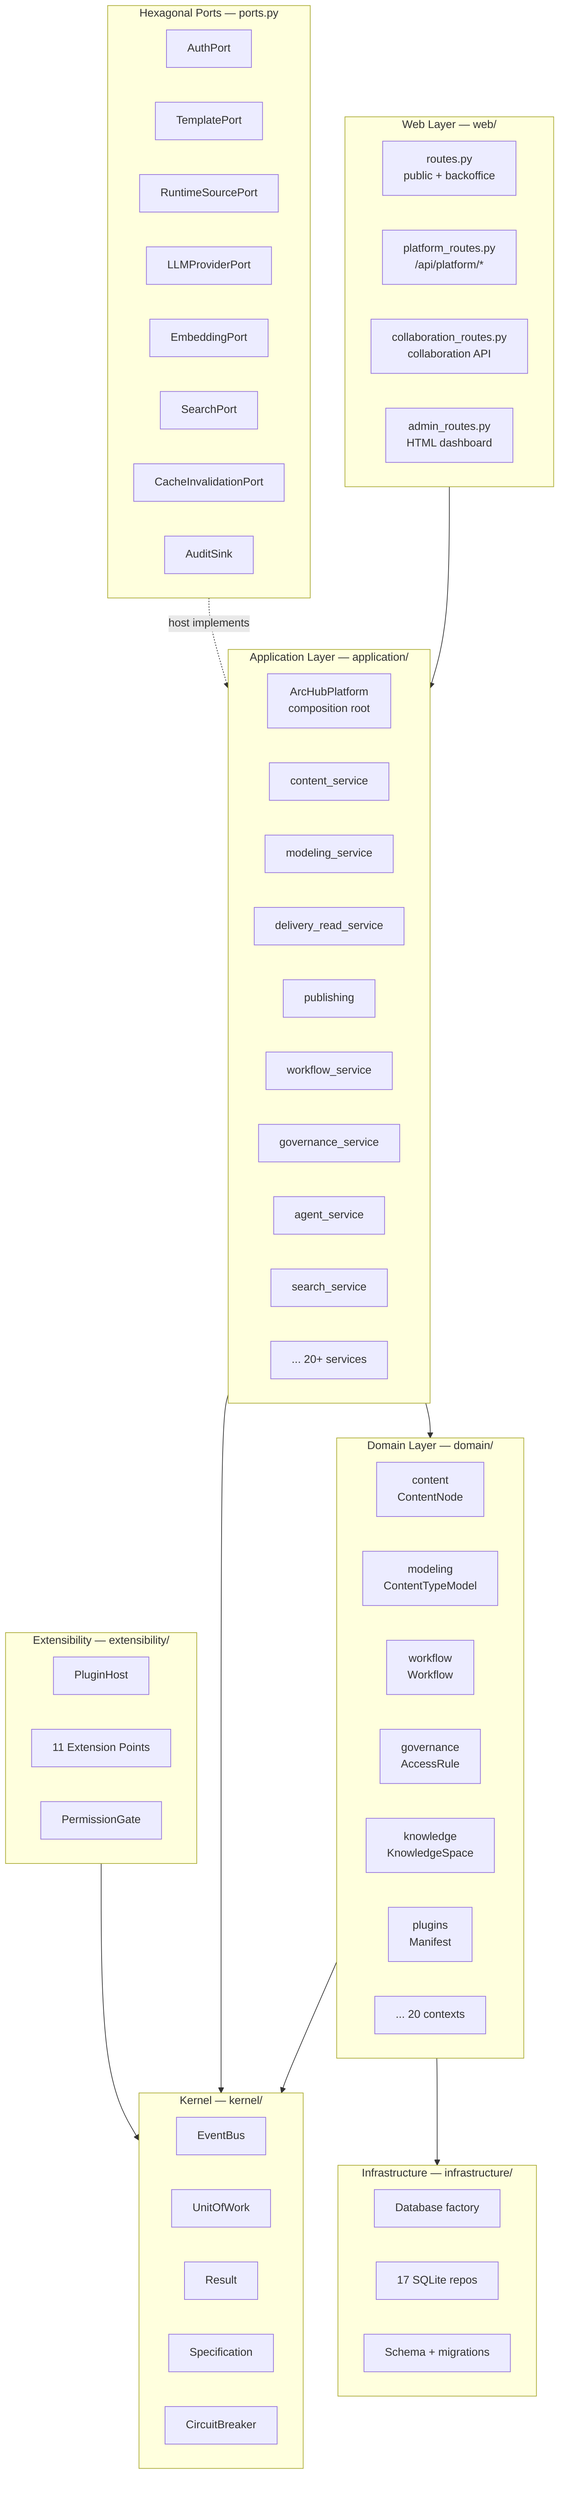
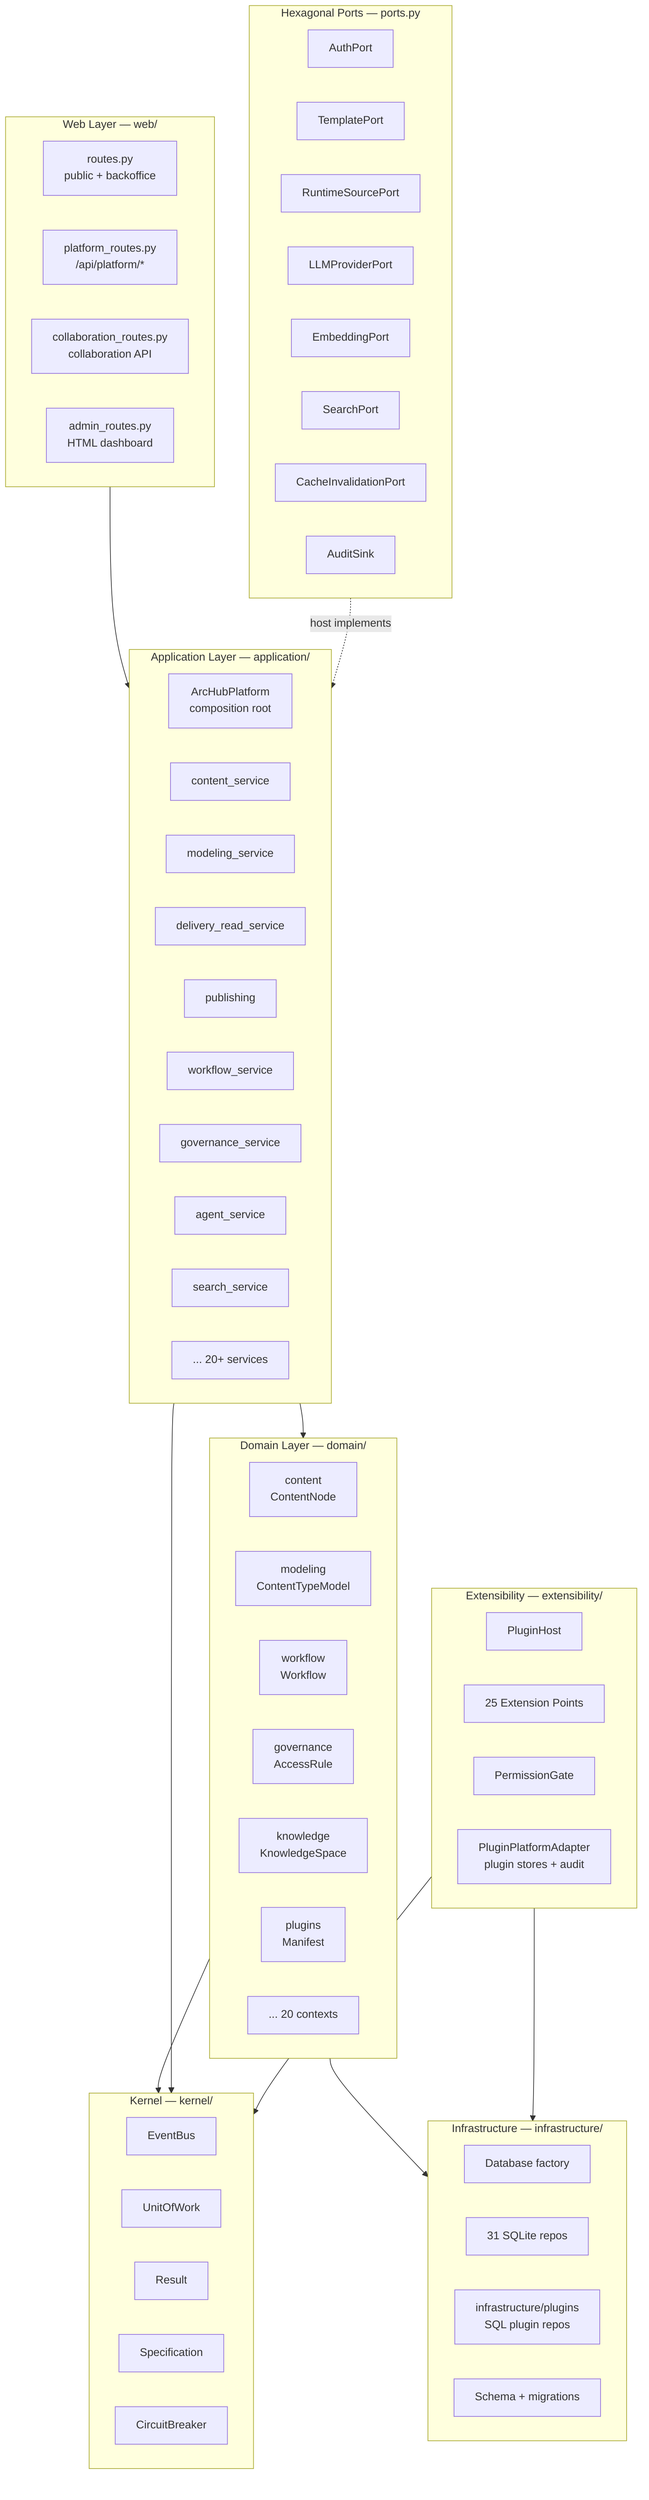
flowchart TB
    subgraph WebLayer["Web Layer — web/"]
        direction LR
        Routes[routes.py\npublic + backoffice]
        PlatformRoutes[platform_routes.py\n/api/platform/*]
        CollabRoutes[collaboration_routes.py\ncollaboration API]
        AdminRoutes[admin_routes.py\nHTML dashboard]
    end

    subgraph PortsLayer["Hexagonal Ports — ports.py"]
        direction LR
        AuthPort
        TemplatePort
        RuntimeSourcePort
        LLMProviderPort
        EmbeddingPort
        SearchPort
        CachePort[CacheInvalidationPort]
        AuditSink
    end

    subgraph AppLayer["Application Layer — application/"]
        direction LR
        Platform[ArcHubPlatform\ncomposition root]
        Svc1[content_service]
        Svc2[modeling_service]
        Svc3[delivery_read_service]
        Svc4[publishing]
        Svc5[workflow_service]
        Svc6[governance_service]
        Svc7[agent_service]
        Svc8[search_service]
        SvcDots[... 20+ services]
    end

    subgraph DomainLayer["Domain Layer — domain/"]
        direction LR
        ContentCtx[content\nContentNode]
        ModelCtx[modeling\nContentTypeModel]
        WorkCtx[workflow\nWorkflow]
        GovCtx[governance\nAccessRule]
        KnowCtx[knowledge\nKnowledgeSpace]
        PluginCtx[plugins\nManifest]
        DomainDots[... 20 contexts]
    end

    subgraph KernelLayer["Kernel — kernel/"]
        direction LR
        EventBus[EventBus]
        UoW[UnitOfWork]
        Result[Result]
        Spec[Specification]
        CB[CircuitBreaker]
    end

    subgraph ExtLayer["Extensibility — extensibility/"]
        direction LR
        PluginHost[PluginHost]
-         ExtPts[11 Extension Points]
+         ExtPts[25 Extension Points]
        PermGate[PermissionGate]
+         PlatformAdapter[PluginPlatformAdapter\nplugin stores + audit]
    end

    subgraph InfraLayer["Infrastructure — infrastructure/"]
        direction LR
        DB[Database factory]
-         Repos[17 SQLite repos]
+         Repos[31 SQLite repos]
+         PluginRepos[infrastructure/plugins\nSQL plugin repos]
        Schema[Schema + migrations]
    end

    WebLayer --> AppLayer
    AppLayer --> DomainLayer
    DomainLayer --> KernelLayer
    AppLayer --> KernelLayer
    DomainLayer --> InfraLayer
    ExtLayer --> KernelLayer
+     ExtLayer --> InfraLayer
    PortsLayer -.->|host implements| AppLayer
